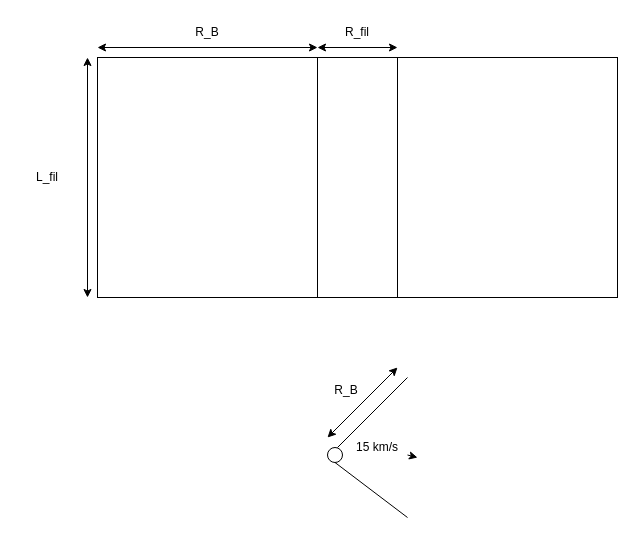
KyuriTaima/CygnusDynamics keeps this draw.io diagram as DrawIo/Filament_géométrie.drawio. Above is the earlier version. Source tidied: cells renumbered, new cells numbered last; positions are measured from the earlier drawing's top-left corner, leaving out a move shared by most shapes. Both pictures are drawn from the tidied source at 100%, with x=0, y=0 at pixel (17, 17).
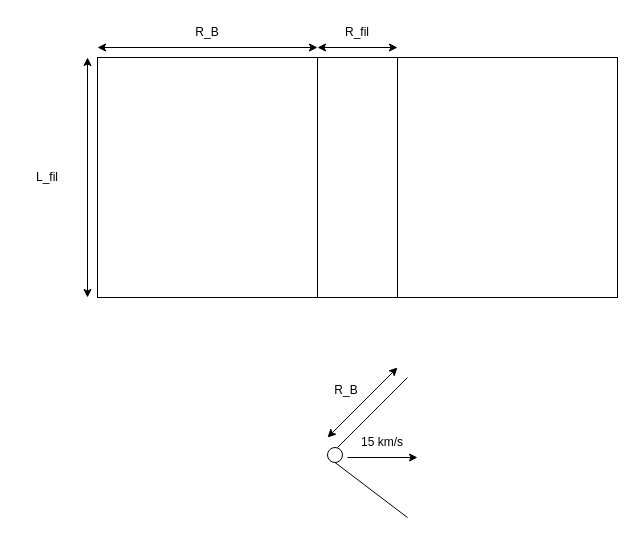
After the change.

Commit message:
Overleaf Connect auto-sync [2026-06-18 11:47:38]

Diff of the diagram source:
```diff
@@
-    <mxCell id="16" style="endArrow=classic;html=1;rounded=0;" parent="1" edge="1" source="18">
+    <mxCell id="16" style="endArrow=classic;html=1;rounded=0;" parent="1" edge="1">
       <mxGeometry relative="1" as="geometry">
+        <mxPoint x="330" y="440" as="sourcePoint" />
         <mxPoint x="400" y="440" as="targetPoint" />
       </mxGeometry>
     </mxCell>
-    <mxCell id="17" style="endArrow=classic;html=1;rounded=0;" parent="1" edge="1" target="18">
-      <mxGeometry relative="1" as="geometry">
-        <mxPoint x="330" y="440" as="sourcePoint" />
-      </mxGeometry>
-    </mxCell>
     <mxCell id="18" value="15 km/s" style="text;html=1;whiteSpace=wrap;strokeColor=none;fillColor=none;align=center;verticalAlign=middle;rounded=0;" parent="1" vertex="1">
-      <mxGeometry x="330" y="415" width="60" height="30" as="geometry" />
+      <mxGeometry x="335" y="410" width="60" height="30" as="geometry" />
     </mxCell>
```
